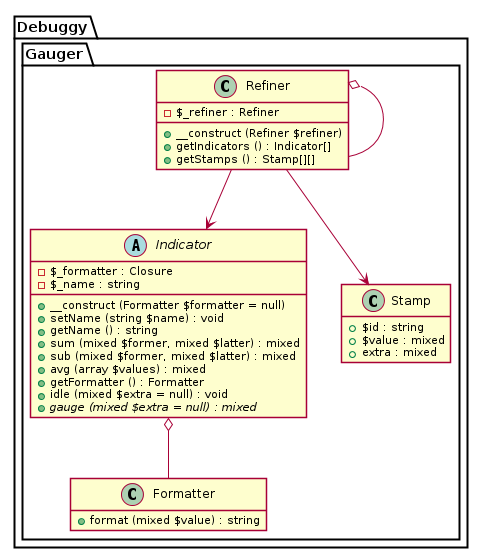
This is uml/plantuml/refiner.png from dnsl48/gauger, a PlantUML export, as it was before one commit.
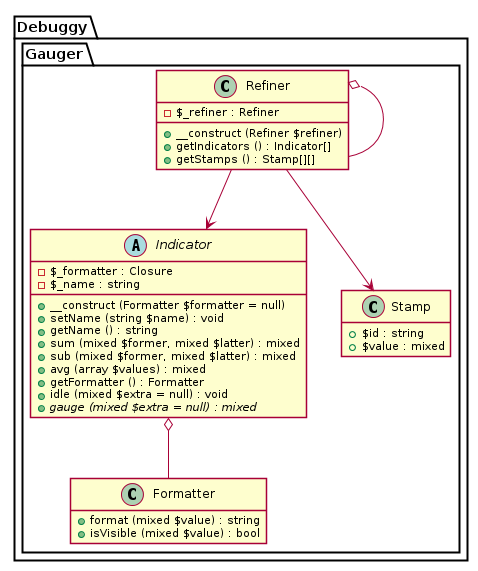
Above is the later version.

The edit, as a diff of the source:
```diff
@@ -21,6 +21,7 @@
 	namespace Gauger {
 		class "Formatter" as _Formatter {
 			+ format (mixed $value) : string
+			+ isVisible (mixed $value) : bool
 		}
 	}
 }
@@ -58,7 +59,6 @@
 		class Stamp {
 			+ $id : string
 			+ $value : mixed
-			+ extra : mixed
 		}
 	}
 }
```
